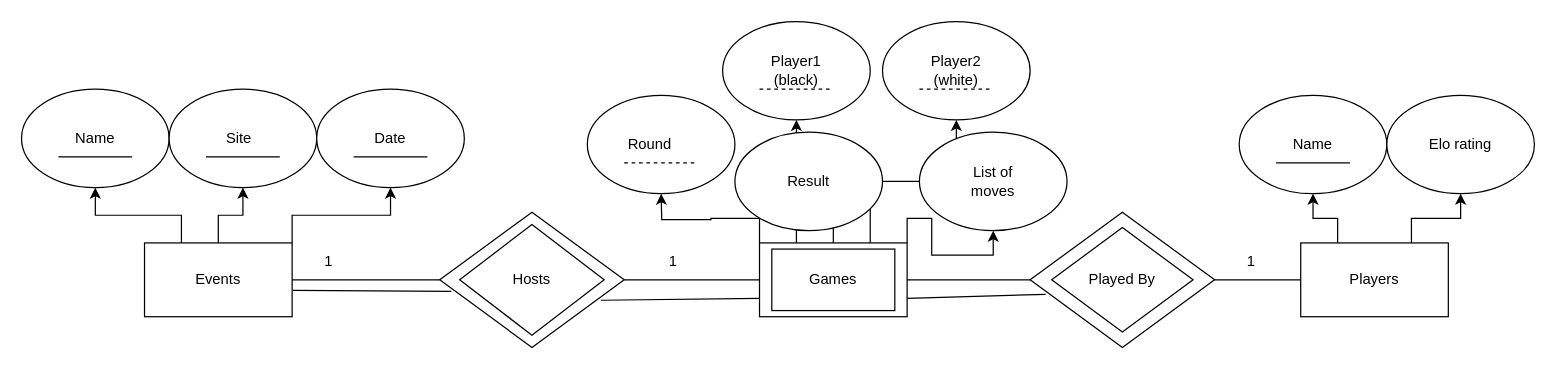
Earlier version of the draw.io diagram ER Models/Homework2/Diagram3.drawio (sepaloscodigos/vigilant-parakeet). Source tidied: cells renumbered, new cells numbered last; positions are measured from the earlier drawing's top-left corner, leaving out a move shared by most shapes. Both pictures are drawn from the tidied source at 123%, with x=0, y=0 at pixel (21, 21).
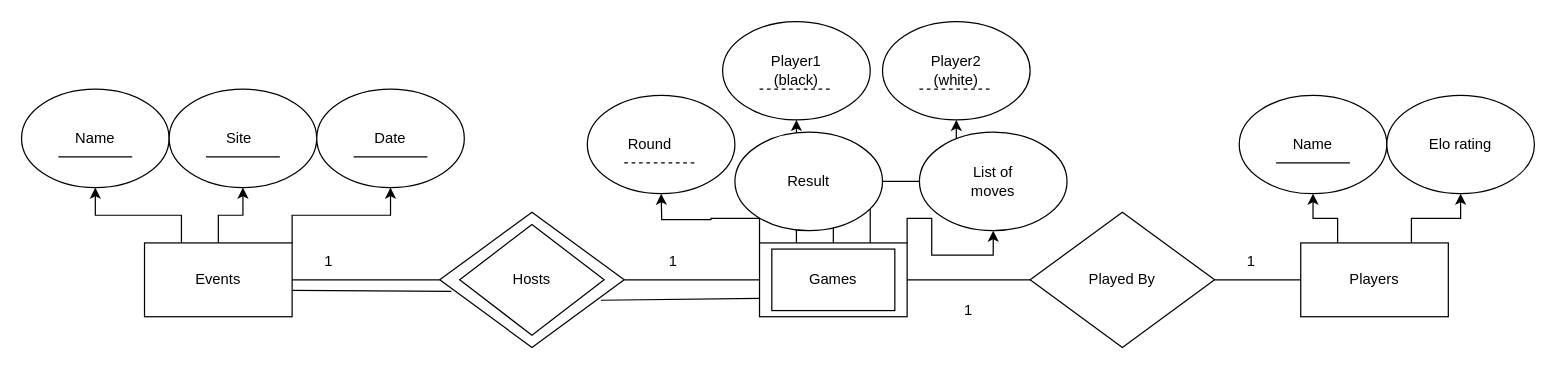
Above is the later version.

Unchanged cells that the change refers to:
```xml
<mxCell id="16" style="rounded=0;whiteSpace=wrap;html=1;" parent="1" vertex="1">
  <mxGeometry x="600" y="180" width="120" height="60" as="geometry" />
</mxCell>
<mxCell id="37" style="rhombus;whiteSpace=wrap;html=1;" parent="1" vertex="1">
  <mxGeometry x="820" y="155" width="150" height="110" as="geometry" />
</mxCell>
```

The edit, as a diff of the source:
```diff
@@
-    <mxCell id="57" style="endArrow=none;html=1;rounded=0;exitX=1;exitY=0.75;exitDx=0;exitDy=0;entryX=0.084;entryY=0.607;entryDx=0;entryDy=0;entryPerimeter=0;" parent="1" edge="1" source="16" target="37">
-      <mxGeometry relative="1" as="geometry" />
-    </mxCell>
-    <mxCell id="58" style="rhombus;whiteSpace=wrap;html=1;" parent="1" vertex="1">
-      <mxGeometry x="837.5" y="167.5" width="115" height="85" as="geometry" />
-    </mxCell>
@@
+    <mxCell id="62" value="1" style="text;html=1;whiteSpace=wrap;strokeColor=none;fillColor=none;align=center;verticalAlign=middle;rounded=0;" parent="1" vertex="1">
+      <mxGeometry x="740" y="220" width="60" height="30" as="geometry" />
+    </mxCell>
```
